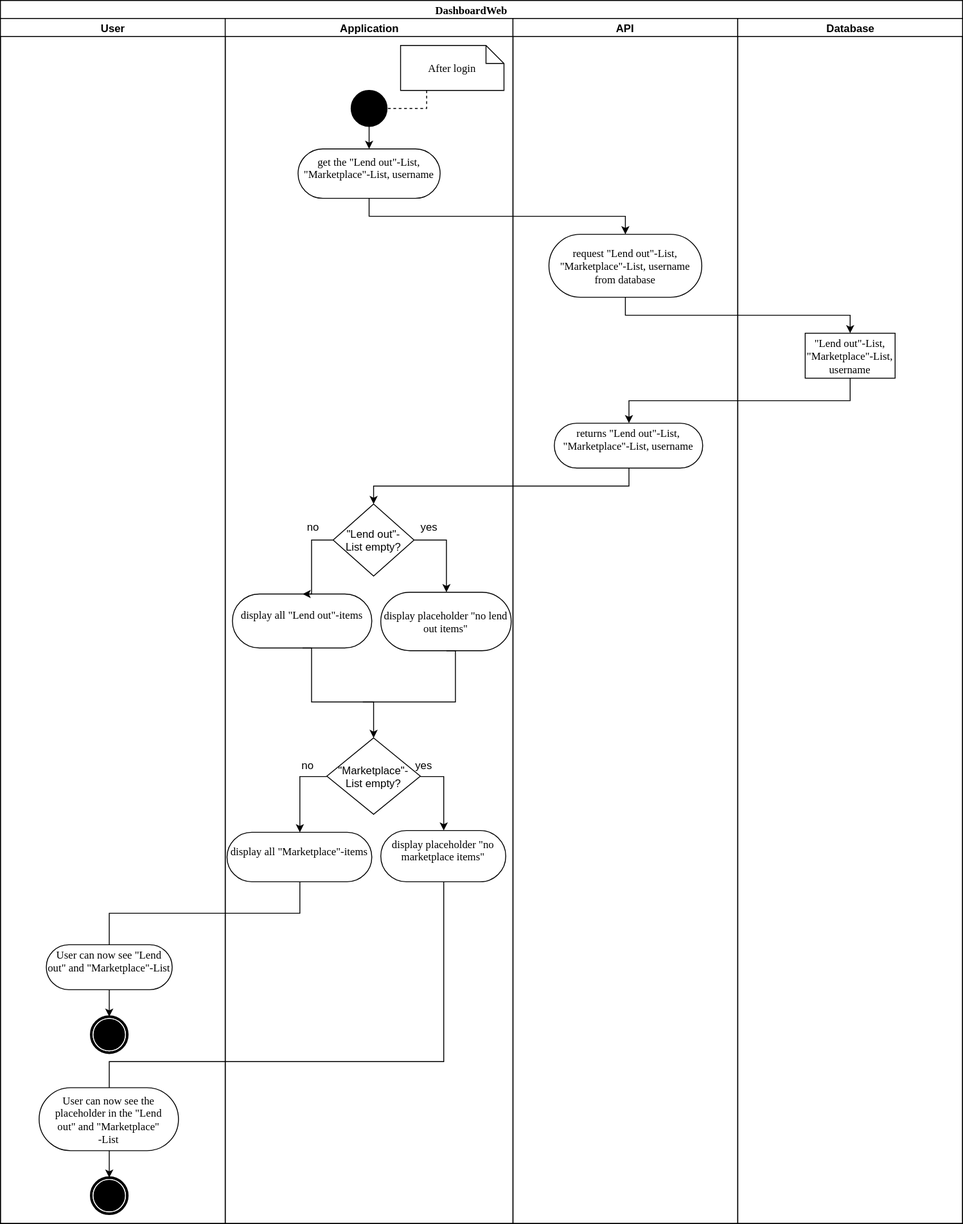
KeepThings/KeepThingsWeb keeps this draw.io diagram as recources/Use Cases/Dashboard Web/DahboardWebDiagram.svg. Above is the earlier version. Source tidied: cells renumbered, new cells last; positions are measured from the earlier drawing's top-left corner, leaving out a move shared by most shapes. The source it was exported from:
```xml
<mxGraphModel background="#ffffff">
  <root>
    <mxCell id="0" />
    <mxCell id="1" parent="0" />
    <mxCell id="2" value="DashboardWeb" style="swimlane;html=1;startSize=20;rounded=0;shadow=0;comic=0;labelBackgroundColor=none;strokeColor=#000000;strokeWidth=1;fillColor=#ffffff;fontFamily=Verdana;fontSize=12;fontColor=#000000;align=center;" parent="1" vertex="1">
      <mxGeometry width="1070" height="1360" as="geometry" />
    </mxCell>
    <mxCell id="3" value="User" style="swimlane;html=1;startSize=20;" parent="2" vertex="1">
      <mxGeometry y="20" width="250" height="1340" as="geometry" />
    </mxCell>
    <mxCell id="4" style="edgeStyle=orthogonalEdgeStyle;rounded=0;html=1;exitX=0.5;exitY=1;entryX=0.5;entryY=0;endArrow=classic;endFill=1;jettySize=auto;" parent="3" edge="1" source="5" target="6">
      <mxGeometry relative="1" as="geometry" />
    </mxCell>
    <mxCell id="5" value="User can now see &quot;Lend out&quot; and &quot;Marketplace&quot;-List" style="rounded=1;whiteSpace=wrap;html=1;shadow=0;comic=0;labelBackgroundColor=none;strokeColor=#000000;strokeWidth=1;fillColor=#ffffff;fontFamily=Verdana;fontSize=12;fontColor=#000000;align=center;arcSize=50;" parent="3" vertex="1">
      <mxGeometry x="51" y="1030" width="140" height="50" as="geometry" />
    </mxCell>
    <mxCell id="6" style="shape=mxgraph.bpmn.shape;html=1;verticalLabelPosition=bottom;labelBackgroundColor=#ffffff;verticalAlign=top;perimeter=ellipsePerimeter;outline=end;symbol=terminate;rounded=0;shadow=0;comic=0;strokeColor=#000000;strokeWidth=1;fillColor=#ffffff;fontFamily=Verdana;fontSize=12;fontColor=#000000;align=center;" parent="3" vertex="1">
      <mxGeometry x="100.5" y="1110" width="40" height="40" as="geometry" />
    </mxCell>
    <mxCell id="7" style="edgeStyle=orthogonalEdgeStyle;rounded=0;html=1;exitX=0.5;exitY=1;entryX=0.5;entryY=0;endArrow=classic;endFill=1;jettySize=auto;" parent="3" edge="1" source="8" target="9">
      <mxGeometry relative="1" as="geometry" />
    </mxCell>
    <mxCell id="8" value="User can now see the placeholder in the &quot;Lend out&quot;&amp;nbsp;and &quot;Marketplace&quot;&lt;br&gt;-List" style="rounded=1;whiteSpace=wrap;html=1;shadow=0;comic=0;labelBackgroundColor=none;strokeColor=#000000;strokeWidth=1;fillColor=#ffffff;fontFamily=Verdana;fontSize=12;fontColor=#000000;align=center;arcSize=50;" parent="3" vertex="1">
      <mxGeometry x="43" y="1189" width="155" height="70" as="geometry" />
    </mxCell>
    <mxCell id="9" style="shape=mxgraph.bpmn.shape;html=1;verticalLabelPosition=bottom;labelBackgroundColor=#ffffff;verticalAlign=top;perimeter=ellipsePerimeter;outline=end;symbol=terminate;rounded=0;shadow=0;comic=0;strokeColor=#000000;strokeWidth=1;fillColor=#ffffff;fontFamily=Verdana;fontSize=12;fontColor=#000000;align=center;" parent="3" vertex="1">
      <mxGeometry x="100.5" y="1289" width="40" height="40" as="geometry" />
    </mxCell>
    <mxCell id="10" value="Application&lt;br&gt;" style="swimlane;html=1;startSize=20;" parent="2" vertex="1">
      <mxGeometry x="250" y="20" width="320" height="1340" as="geometry" />
    </mxCell>
    <mxCell id="11" style="ellipse;whiteSpace=wrap;html=1;rounded=0;shadow=0;comic=0;labelBackgroundColor=none;strokeColor=#000000;strokeWidth=1;fillColor=#000000;fontFamily=Verdana;fontSize=12;fontColor=#000000;align=center;" parent="10" vertex="1">
      <mxGeometry x="140" y="80" width="40" height="40" as="geometry" />
    </mxCell>
    <mxCell id="12" style="edgeStyle=orthogonalEdgeStyle;rounded=0;html=1;exitX=0.25;exitY=1;entryX=0.95;entryY=0.325;entryPerimeter=0;endArrow=none;endFill=0;jettySize=auto;dashed=1;" parent="10" edge="1" source="13" target="11">
      <mxGeometry relative="1" as="geometry" />
    </mxCell>
    <mxCell id="13" value="After login" style="shape=note;whiteSpace=wrap;html=1;rounded=0;shadow=0;comic=0;labelBackgroundColor=none;strokeColor=#000000;strokeWidth=1;fillColor=#ffffff;fontFamily=Verdana;fontSize=12;fontColor=#000000;align=center;size=20;" parent="10" vertex="1">
      <mxGeometry x="195" y="30" width="115" height="50" as="geometry" />
    </mxCell>
    <mxCell id="14" value="get the &quot;Lend out&quot;-List, &quot;Marketplace&quot;-List, username" style="rounded=1;whiteSpace=wrap;html=1;shadow=0;comic=0;labelBackgroundColor=none;strokeColor=#000000;strokeWidth=1;fillColor=#ffffff;fontFamily=Verdana;fontSize=12;fontColor=#000000;align=center;arcSize=50;" parent="10" vertex="1">
      <mxGeometry x="81" y="145" width="158" height="55" as="geometry" />
    </mxCell>
    <mxCell id="15" style="edgeStyle=orthogonalEdgeStyle;rounded=0;html=1;exitX=0.5;exitY=1;entryX=0.5;entryY=0;endArrow=classic;endFill=1;jettySize=auto;" parent="10" edge="1" source="11" target="14">
      <mxGeometry relative="1" as="geometry" />
    </mxCell>
    <mxCell id="16" value="display all &quot;Lend out&quot;-items" style="rounded=1;whiteSpace=wrap;html=1;shadow=0;comic=0;labelBackgroundColor=none;strokeColor=#000000;strokeWidth=1;fillColor=#ffffff;fontFamily=Verdana;fontSize=12;fontColor=#000000;align=center;arcSize=50;" parent="10" vertex="1">
      <mxGeometry x="8" y="640" width="155" height="60" as="geometry" />
    </mxCell>
    <mxCell id="17" style="edgeStyle=orthogonalEdgeStyle;rounded=0;html=1;exitX=0;exitY=0.5;entryX=0.5;entryY=0;endArrow=classic;endFill=1;jettySize=auto;" parent="10" edge="1" source="19" target="16">
      <mxGeometry relative="1" as="geometry">
        <Array as="points">
          <mxPoint x="96" y="580" />
        </Array>
      </mxGeometry>
    </mxCell>
    <mxCell id="18" style="edgeStyle=orthogonalEdgeStyle;rounded=0;html=1;exitX=1;exitY=0.5;entryX=0.5;entryY=0;endArrow=classic;endFill=1;jettySize=auto;" parent="10" edge="1" source="19" target="20">
      <mxGeometry relative="1" as="geometry" />
    </mxCell>
    <mxCell id="19" value="&lt;span&gt;&quot;Lend out&quot;-List&lt;/span&gt;&amp;nbsp;empty?&lt;br&gt;" style="rhombus;whiteSpace=wrap;html=1;" parent="10" vertex="1">
      <mxGeometry x="120" y="540" width="90" height="80" as="geometry" />
    </mxCell>
    <mxCell id="20" value="display placeholder &quot;no lend out items&quot;" style="rounded=1;whiteSpace=wrap;html=1;shadow=0;comic=0;labelBackgroundColor=none;strokeColor=#000000;strokeWidth=1;fillColor=#ffffff;fontFamily=Verdana;fontSize=12;fontColor=#000000;align=center;arcSize=50;" parent="10" vertex="1">
      <mxGeometry x="173" y="638" width="145" height="65" as="geometry" />
    </mxCell>
    <mxCell id="21" value="no&lt;br&gt;" style="text;html=1;strokeColor=none;fillColor=none;align=center;verticalAlign=middle;whiteSpace=wrap;rounded=0;" parent="10" vertex="1">
      <mxGeometry x="78" y="555" width="40" height="20" as="geometry" />
    </mxCell>
    <mxCell id="22" value="yes&lt;br&gt;" style="text;html=1;strokeColor=none;fillColor=none;align=center;verticalAlign=middle;whiteSpace=wrap;rounded=0;" parent="10" vertex="1">
      <mxGeometry x="205.5" y="555" width="40" height="20" as="geometry" />
    </mxCell>
    <mxCell id="23" style="edgeStyle=orthogonalEdgeStyle;rounded=0;html=1;exitX=0.5;exitY=1;endArrow=classic;endFill=1;jettySize=auto;entryX=0.5;entryY=0;" parent="2" edge="1" source="26" target="29">
      <mxGeometry relative="1" as="geometry" />
    </mxCell>
    <mxCell id="24" style="edgeStyle=orthogonalEdgeStyle;rounded=0;html=1;exitX=0.5;exitY=1;entryX=0.5;entryY=0;endArrow=classic;endFill=1;jettySize=auto;" parent="2" edge="1" source="27" target="19">
      <mxGeometry relative="1" as="geometry" />
    </mxCell>
    <mxCell id="25" value="API" style="swimlane;html=1;startSize=20;" parent="2" vertex="1">
      <mxGeometry x="570" y="20" width="250" height="1340" as="geometry" />
    </mxCell>
    <mxCell id="26" value="request &quot;Lend out&quot;-List, &quot;Marketplace&quot;-List, username from database" style="rounded=1;whiteSpace=wrap;html=1;shadow=0;comic=0;labelBackgroundColor=none;strokeColor=#000000;strokeWidth=1;fillColor=#ffffff;fontFamily=Verdana;fontSize=12;fontColor=#000000;align=center;arcSize=50;" parent="25" vertex="1">
      <mxGeometry x="40" y="240" width="170" height="70" as="geometry" />
    </mxCell>
    <mxCell id="27" value="returns &quot;Lend out&quot;-List, &quot;Marketplace&quot;-List, username" style="rounded=1;whiteSpace=wrap;html=1;shadow=0;comic=0;labelBackgroundColor=none;strokeColor=#000000;strokeWidth=1;fillColor=#ffffff;fontFamily=Verdana;fontSize=12;fontColor=#000000;align=center;arcSize=50;" parent="25" vertex="1">
      <mxGeometry x="46" y="450" width="165" height="50" as="geometry" />
    </mxCell>
    <mxCell id="28" value="Database" style="swimlane;html=1;startSize=20;" parent="2" vertex="1">
      <mxGeometry x="820" y="20" width="250" height="1340" as="geometry" />
    </mxCell>
    <mxCell id="29" value="&quot;Lend out&quot;-List, &quot;Marketplace&quot;-List, username" style="rounded=0;whiteSpace=wrap;html=1;shadow=0;comic=0;labelBackgroundColor=none;strokeColor=#000000;strokeWidth=1;fillColor=#ffffff;fontFamily=Verdana;fontSize=12;fontColor=#000000;align=center;arcSize=50;" parent="28" vertex="1">
      <mxGeometry x="75" y="350" width="100" height="50" as="geometry" />
    </mxCell>
    <mxCell id="30" style="edgeStyle=orthogonalEdgeStyle;rounded=0;html=1;exitX=0.5;exitY=1;entryX=0.5;entryY=0;endArrow=classic;endFill=1;jettySize=auto;" parent="2" edge="1" source="14" target="26">
      <mxGeometry relative="1" as="geometry" />
    </mxCell>
    <mxCell id="31" style="edgeStyle=orthogonalEdgeStyle;rounded=0;html=1;exitX=0.5;exitY=1;entryX=0.5;entryY=0;endArrow=classic;endFill=1;jettySize=auto;" parent="2" edge="1" source="29" target="27">
      <mxGeometry relative="1" as="geometry" />
    </mxCell>
    <mxCell id="32" style="edgeStyle=orthogonalEdgeStyle;rounded=0;html=1;exitX=0.5;exitY=1;entryX=0.5;entryY=0;endArrow=none;endFill=0;jettySize=auto;" parent="1" edge="1" source="33" target="5">
      <mxGeometry relative="1" as="geometry" />
    </mxCell>
    <mxCell id="33" value="display all &quot;Marketplace&quot;-items" style="rounded=1;whiteSpace=wrap;html=1;shadow=0;comic=0;labelBackgroundColor=none;strokeColor=#000000;strokeWidth=1;fillColor=#ffffff;fontFamily=Verdana;fontSize=12;fontColor=#000000;align=center;arcSize=50;" parent="1" vertex="1">
      <mxGeometry x="252" y="925" width="161" height="55" as="geometry" />
    </mxCell>
    <mxCell id="34" style="edgeStyle=orthogonalEdgeStyle;rounded=0;html=1;exitX=0;exitY=0.5;entryX=0.5;entryY=0;endArrow=classic;endFill=1;jettySize=auto;" parent="1" edge="1" source="36" target="33">
      <mxGeometry relative="1" as="geometry" />
    </mxCell>
    <mxCell id="35" style="edgeStyle=orthogonalEdgeStyle;rounded=0;html=1;exitX=1;exitY=0.5;entryX=0.5;entryY=0;endArrow=classic;endFill=1;jettySize=auto;" parent="1" edge="1" source="36" target="38">
      <mxGeometry relative="1" as="geometry" />
    </mxCell>
    <mxCell id="36" value="&lt;span&gt;&quot;Marketplace&quot;-List&lt;/span&gt;&amp;nbsp;empty?&lt;br&gt;" style="rhombus;whiteSpace=wrap;html=1;" parent="1" vertex="1">
      <mxGeometry x="363" y="820" width="104" height="85" as="geometry" />
    </mxCell>
    <mxCell id="37" style="edgeStyle=orthogonalEdgeStyle;rounded=0;html=1;exitX=0.5;exitY=1;entryX=0.5;entryY=0;endArrow=none;endFill=0;jettySize=auto;" parent="1" edge="1" source="38" target="8">
      <mxGeometry relative="1" as="geometry">
        <Array as="points">
          <mxPoint x="493" y="1180" />
          <mxPoint x="121" y="1180" />
        </Array>
      </mxGeometry>
    </mxCell>
    <mxCell id="38" value="display placeholder &quot;no marketplace items&quot;" style="rounded=1;whiteSpace=wrap;html=1;shadow=0;comic=0;labelBackgroundColor=none;strokeColor=#000000;strokeWidth=1;fillColor=#ffffff;fontFamily=Verdana;fontSize=12;fontColor=#000000;align=center;arcSize=50;" parent="1" vertex="1">
      <mxGeometry x="423" y="923" width="139" height="57" as="geometry" />
    </mxCell>
    <mxCell id="39" value="no&lt;br&gt;" style="text;html=1;strokeColor=none;fillColor=none;align=center;verticalAlign=middle;whiteSpace=wrap;rounded=0;" parent="1" vertex="1">
      <mxGeometry x="322" y="840" width="40" height="20" as="geometry" />
    </mxCell>
    <mxCell id="40" value="yes&lt;br&gt;" style="text;html=1;strokeColor=none;fillColor=none;align=center;verticalAlign=middle;whiteSpace=wrap;rounded=0;" parent="1" vertex="1">
      <mxGeometry x="449.5" y="840" width="40" height="20" as="geometry" />
    </mxCell>
    <mxCell id="41" style="edgeStyle=orthogonalEdgeStyle;rounded=0;html=1;exitX=0.5;exitY=1;entryX=0.5;entryY=0;jettySize=auto;" parent="1" edge="1" source="16" target="36">
      <mxGeometry relative="1" as="geometry">
        <Array as="points">
          <mxPoint x="346" y="780" />
          <mxPoint x="415" y="780" />
        </Array>
      </mxGeometry>
    </mxCell>
    <mxCell id="42" style="edgeStyle=orthogonalEdgeStyle;rounded=0;html=1;exitX=0.5;exitY=1;jettySize=auto;endArrow=none;endFill=0;" parent="1" edge="1" source="20">
      <mxGeometry relative="1" as="geometry">
        <mxPoint x="403" y="780" as="targetPoint" />
        <Array as="points">
          <mxPoint x="506" y="780" />
        </Array>
      </mxGeometry>
    </mxCell>
  </root>
</mxGraphModel>
```
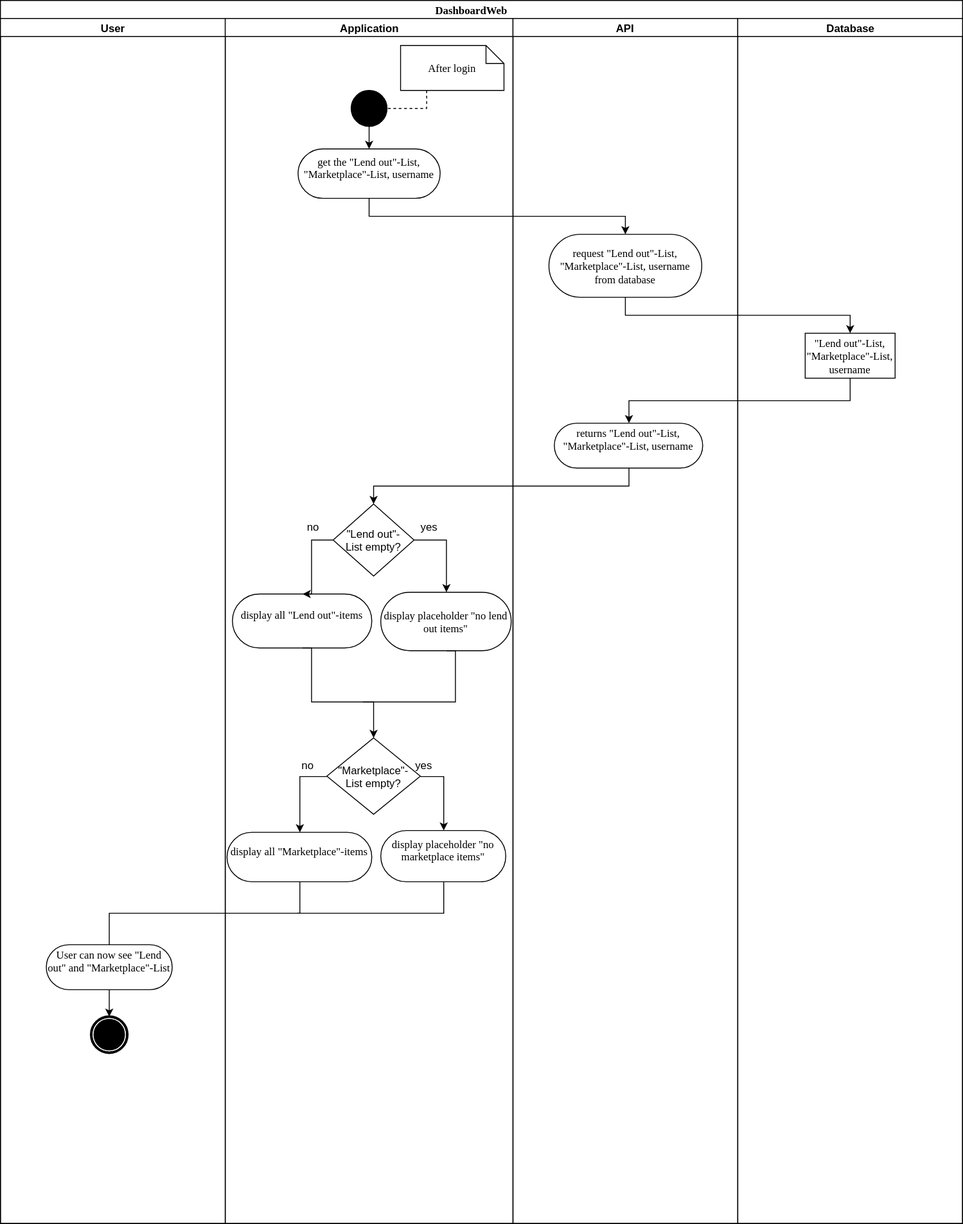
Later version of the same file.

What changed in the source:
```diff
@@ -17,15 +17,6 @@
     <mxCell id="6" style="shape=mxgraph.bpmn.shape;html=1;verticalLabelPosition=bottom;labelBackgroundColor=#ffffff;verticalAlign=top;perimeter=ellipsePerimeter;outline=end;symbol=terminate;rounded=0;shadow=0;comic=0;strokeColor=#000000;strokeWidth=1;fillColor=#ffffff;fontFamily=Verdana;fontSize=12;fontColor=#000000;align=center;" parent="3" vertex="1">
       <mxGeometry x="100.5" y="1110" width="40" height="40" as="geometry" />
     </mxCell>
-    <mxCell id="7" style="edgeStyle=orthogonalEdgeStyle;rounded=0;html=1;exitX=0.5;exitY=1;entryX=0.5;entryY=0;endArrow=classic;endFill=1;jettySize=auto;" parent="3" edge="1" source="8" target="9">
-      <mxGeometry relative="1" as="geometry" />
-    </mxCell>
-    <mxCell id="8" value="User can now see the placeholder in the &quot;Lend out&quot;&amp;nbsp;and &quot;Marketplace&quot;&lt;br&gt;-List" style="rounded=1;whiteSpace=wrap;html=1;shadow=0;comic=0;labelBackgroundColor=none;strokeColor=#000000;strokeWidth=1;fillColor=#ffffff;fontFamily=Verdana;fontSize=12;fontColor=#000000;align=center;arcSize=50;" parent="3" vertex="1">
-      <mxGeometry x="43" y="1189" width="155" height="70" as="geometry" />
-    </mxCell>
-    <mxCell id="9" style="shape=mxgraph.bpmn.shape;html=1;verticalLabelPosition=bottom;labelBackgroundColor=#ffffff;verticalAlign=top;perimeter=ellipsePerimeter;outline=end;symbol=terminate;rounded=0;shadow=0;comic=0;strokeColor=#000000;strokeWidth=1;fillColor=#ffffff;fontFamily=Verdana;fontSize=12;fontColor=#000000;align=center;" parent="3" vertex="1">
-      <mxGeometry x="100.5" y="1289" width="40" height="40" as="geometry" />
-    </mxCell>
     <mxCell id="10" value="Application&lt;br&gt;" style="swimlane;html=1;startSize=20;" parent="2" vertex="1">
       <mxGeometry x="250" y="20" width="320" height="1340" as="geometry" />
     </mxCell>
@@ -111,14 +102,14 @@
     <mxCell id="36" value="&lt;span&gt;&quot;Marketplace&quot;-List&lt;/span&gt;&amp;nbsp;empty?&lt;br&gt;" style="rhombus;whiteSpace=wrap;html=1;" parent="1" vertex="1">
       <mxGeometry x="363" y="820" width="104" height="85" as="geometry" />
     </mxCell>
-    <mxCell id="37" style="edgeStyle=orthogonalEdgeStyle;rounded=0;html=1;exitX=0.5;exitY=1;entryX=0.5;entryY=0;endArrow=none;endFill=0;jettySize=auto;" parent="1" edge="1" source="38" target="8">
-      <mxGeometry relative="1" as="geometry">
-        <Array as="points">
-          <mxPoint x="493" y="1180" />
-          <mxPoint x="121" y="1180" />
-        </Array>
-      </mxGeometry>
-    </mxCell>
+    <mxCell id="43" style="edgeStyle=orthogonalEdgeStyle;rounded=0;html=1;exitX=0.5;exitY=1;endArrow=none;endFill=0;jettySize=auto;" parent="1" edge="1" source="38">
+      <mxGeometry relative="1" as="geometry">
+        <mxPoint x="330" y="1015" as="targetPoint" />
+        <Array as="points">
+          <mxPoint x="493" y="1015" />
+        </Array>
+      </mxGeometry>
+    </mxCell>
     <mxCell id="38" value="display placeholder &quot;no marketplace items&quot;" style="rounded=1;whiteSpace=wrap;html=1;shadow=0;comic=0;labelBackgroundColor=none;strokeColor=#000000;strokeWidth=1;fillColor=#ffffff;fontFamily=Verdana;fontSize=12;fontColor=#000000;align=center;arcSize=50;" parent="1" vertex="1">
       <mxGeometry x="423" y="923" width="139" height="57" as="geometry" />
     </mxCell>
```
